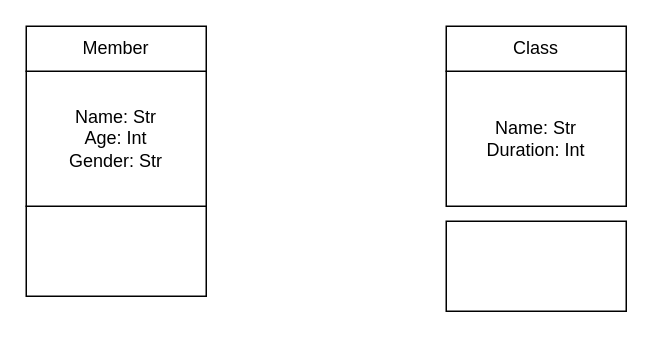
Before: planning/class_diagrams.drawio in mwdfn/gym_web_app, a draw.io diagram. Source tidied: cells renumbered, new cells numbered last; positions are measured from the earlier drawing's top-left corner, leaving out a move shared by most shapes. Both pictures are drawn from the tidied source at 150%, with x=0, y=0 at pixel (26, 26).
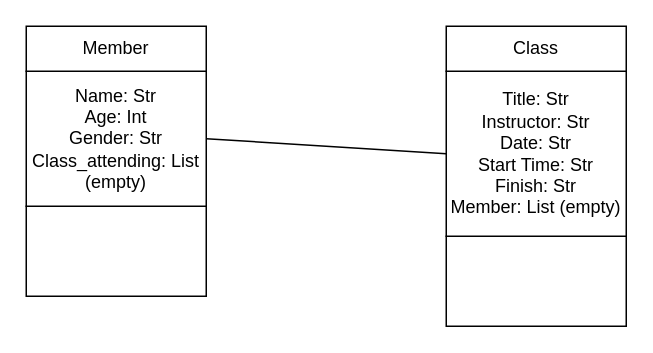
The same page after the edit.

What changed in the source:
```diff
@@
 <mxGraphModel>
   <root>
     <mxCell id="0" />
     <mxCell id="1" parent="0" />
     <mxCell id="2" style="rounded=0;whiteSpace=wrap;html=1;" parent="1" vertex="1">
       <mxGeometry y="120" width="120" height="60" as="geometry" />
     </mxCell>
-    <mxCell id="3" value="Name: Str&lt;br&gt;Age: Int&lt;br&gt;Gender: Str" style="rounded=0;whiteSpace=wrap;html=1;" parent="1" vertex="1">
+    <mxCell id="3" value="Name: Str&lt;br&gt;Age: Int&lt;br&gt;Gender: Str&lt;br&gt;Class_attending: List (empty)" style="rounded=0;whiteSpace=wrap;html=1;" parent="1" vertex="1">
       <mxGeometry y="30" width="120" height="90" as="geometry" />
     </mxCell>
     <mxCell id="4" value="Member" style="rounded=0;whiteSpace=wrap;html=1;" parent="1" vertex="1">
       <mxGeometry width="120" height="30" as="geometry" />
     </mxCell>
     <mxCell id="5" style="rounded=0;whiteSpace=wrap;html=1;" parent="1" vertex="1">
-      <mxGeometry x="280" y="130" width="120" height="60" as="geometry" />
+      <mxGeometry x="280" y="140" width="120" height="60" as="geometry" />
     </mxCell>
-    <mxCell id="6" value="Name: Str&lt;br&gt;Duration: Int" style="rounded=0;whiteSpace=wrap;html=1;" parent="1" vertex="1">
-      <mxGeometry x="280" y="30" width="120" height="90" as="geometry" />
+    <mxCell id="6" value="Title: Str&lt;br&gt;Instructor: Str&lt;br&gt;Date: Str&lt;br&gt;Start Time: Str&lt;br&gt;Finish: Str&lt;br&gt;Member: List (empty)" style="rounded=0;whiteSpace=wrap;html=1;" parent="1" vertex="1">
+      <mxGeometry x="280" y="30" width="120" height="110" as="geometry" />
     </mxCell>
     <mxCell id="7" value="Class" style="rounded=0;whiteSpace=wrap;html=1;" parent="1" vertex="1">
       <mxGeometry x="280" width="120" height="30" as="geometry" />
     </mxCell>
+    <mxCell id="8" style="endArrow=none;html=1;rounded=0;entryX=0;entryY=0.5;entryDx=0;entryDy=0;exitX=1;exitY=0.5;exitDx=0;exitDy=0;" parent="1" edge="1" source="3" target="6">
+      <mxGeometry relative="1" as="geometry" />
+    </mxCell>
   </root>
 </mxGraphModel>
```
